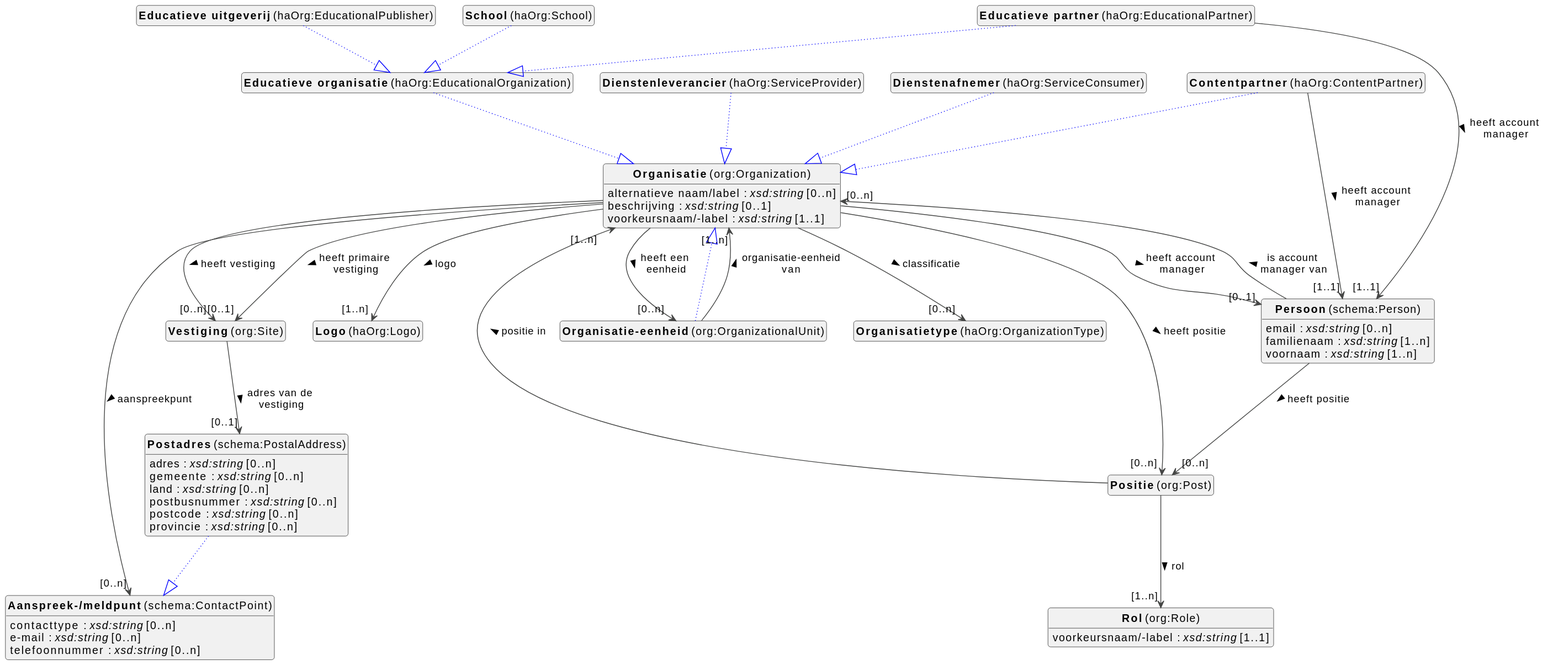
viaacode/documentation-jekyll keeps this PlantUML diagram as docs/metadata/modellen/organization-diagram.svg. Above is the earlier version.
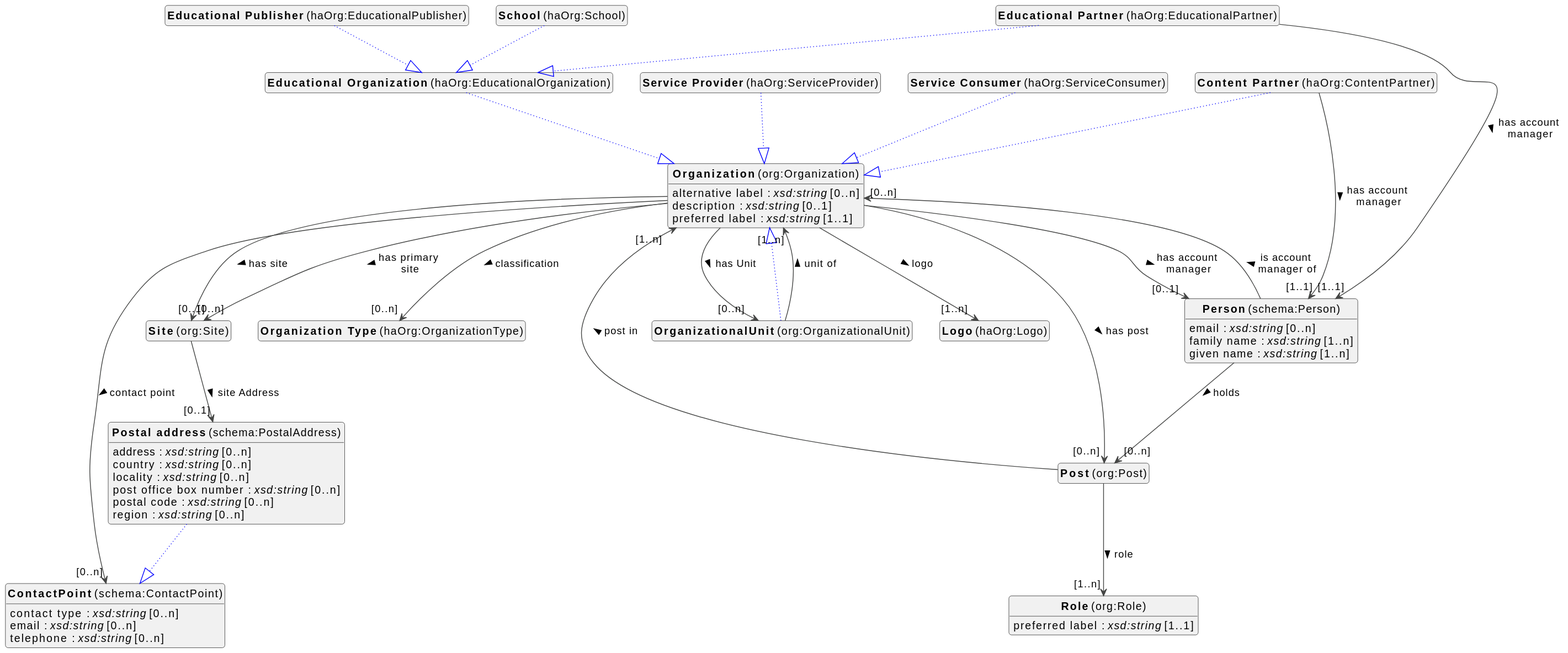
Later version of the same file.

Change to the diagram source:
```diff
@@ -8,67 +8,67 @@
 skinparam ArrowMessageAlignment left
 
 
-class "<b>Organisatie</b> (org:Organization)" as org_Organization [[#org%3AOrganization]]
-class "<b>Organisatie-eenheid</b> (org:OrganizationalUnit)" as org_OrganizationalUnit [[#org%3AOrganizationalUnit]]
-class "<b>Organisatie</b> (org:Organization)" as org_Organization [[#org%3AOrganization]]
-class "<b>Contentpartner</b> (haOrg:ContentPartner)" as haOrg_ContentPartner [[#haOrg%3AContentPartner]]
-class "<b>Organisatie</b> (org:Organization)" as org_Organization [[#org%3AOrganization]]
-class "<b>Dienstenleverancier</b> (haOrg:ServiceProvider)" as haOrg_ServiceProvider [[#haOrg%3AServiceProvider]]
-class "<b>Organisatie</b> (org:Organization)" as org_Organization [[#org%3AOrganization]]
-class "<b>Dienstenafnemer</b> (haOrg:ServiceConsumer)" as haOrg_ServiceConsumer [[#haOrg%3AServiceConsumer]]
-class "<b>Organisatie</b> (org:Organization)" as org_Organization [[#org%3AOrganization]]
-class "<b>Educatieve organisatie</b> (haOrg:EducationalOrganization)" as haOrg_EducationalOrganization [[#haOrg%3AEducationalOrganization]]
-class "<b>Organisatie</b> (org:Organization)" as org_Organization [[#org%3AOrganization]]
-class "<b>Educatieve partner</b> (haOrg:EducationalPartner)" as haOrg_EducationalPartner [[#haOrg%3AEducationalPartner]]
-class "<b>Educatieve organisatie</b> (haOrg:EducationalOrganization)" as haOrg_EducationalOrganization [[#haOrg%3AEducationalOrganization]]
-class "<b>Educatieve uitgeverij</b> (haOrg:EducationalPublisher)" as haOrg_EducationalPublisher [[#haOrg%3AEducationalPublisher]]
-class "<b>Educatieve organisatie</b> (haOrg:EducationalOrganization)" as haOrg_EducationalOrganization [[#haOrg%3AEducationalOrganization]]
+class "<b>Organization</b> (org:Organization)" as org_Organization [[#org%3AOrganization]]
+class "<b>OrganizationalUnit</b> (org:OrganizationalUnit)" as org_OrganizationalUnit [[#org%3AOrganizationalUnit]]
+class "<b>Organization</b> (org:Organization)" as org_Organization [[#org%3AOrganization]]
+class "<b>Content Partner</b> (haOrg:ContentPartner)" as haOrg_ContentPartner [[#haOrg%3AContentPartner]]
+class "<b>Organization</b> (org:Organization)" as org_Organization [[#org%3AOrganization]]
+class "<b>Service Provider</b> (haOrg:ServiceProvider)" as haOrg_ServiceProvider [[#haOrg%3AServiceProvider]]
+class "<b>Organization</b> (org:Organization)" as org_Organization [[#org%3AOrganization]]
+class "<b>Service Consumer</b> (haOrg:ServiceConsumer)" as haOrg_ServiceConsumer [[#haOrg%3AServiceConsumer]]
+class "<b>Organization</b> (org:Organization)" as org_Organization [[#org%3AOrganization]]
+class "<b>Educational Organization</b> (haOrg:EducationalOrganization)" as haOrg_EducationalOrganization [[#haOrg%3AEducationalOrganization]]
+class "<b>Organization</b> (org:Organization)" as org_Organization [[#org%3AOrganization]]
+class "<b>Educational Partner</b> (haOrg:EducationalPartner)" as haOrg_EducationalPartner [[#haOrg%3AEducationalPartner]]
+class "<b>Educational Organization</b> (haOrg:EducationalOrganization)" as haOrg_EducationalOrganization [[#haOrg%3AEducationalOrganization]]
+class "<b>Educational Publisher</b> (haOrg:EducationalPublisher)" as haOrg_EducationalPublisher [[#haOrg%3AEducationalPublisher]]
+class "<b>Educational Organization</b> (haOrg:EducationalOrganization)" as haOrg_EducationalOrganization [[#haOrg%3AEducationalOrganization]]
 class "<b>School</b> (haOrg:School)" as haOrg_School [[#haOrg%3ASchool]]
-class "<b>Educatieve organisatie</b> (haOrg:EducationalOrganization)" as haOrg_EducationalOrganization [[#haOrg%3AEducationalOrganization]]
-class "<b>Vestiging</b> (org:Site)" as org_Site [[#org%3ASite]]
-class "<b>Positie</b> (org:Post)" as org_Post [[#org%3APost]]
-class "<b>Rol</b> (org:Role)" as org_Role [[#org%3ARole]]
-class "<b>Persoon</b> (schema:Person)" as schema_Person [[#schema%3APerson]]
-class "<b>Postadres</b> (schema:PostalAddress)" as schema_PostalAddress [[#schema%3APostalAddress]]
-class "<b>Aanspreek-/meldpunt</b> (schema:ContactPoint)" as schema_ContactPoint [[#schema%3AContactPoint]]
-class "<b>Aanspreek-/meldpunt</b> (schema:ContactPoint)" as schema_ContactPoint [[#schema%3AContactPoint]]
+class "<b>Educational Organization</b> (haOrg:EducationalOrganization)" as haOrg_EducationalOrganization [[#haOrg%3AEducationalOrganization]]
+class "<b>Site</b> (org:Site)" as org_Site [[#org%3ASite]]
+class "<b>Post</b> (org:Post)" as org_Post [[#org%3APost]]
+class "<b>Role</b> (org:Role)" as org_Role [[#org%3ARole]]
+class "<b>Person</b> (schema:Person)" as schema_Person [[#schema%3APerson]]
+class "<b>Postal address</b> (schema:PostalAddress)" as schema_PostalAddress [[#schema%3APostalAddress]]
+class "<b>ContactPoint</b> (schema:ContactPoint)" as schema_ContactPoint [[#schema%3AContactPoint]]
+class "<b>ContactPoint</b> (schema:ContactPoint)" as schema_ContactPoint [[#schema%3AContactPoint]]
+class "<b>Organization Type</b> (haOrg:OrganizationType)" as haOrg_OrganizationType [[#haOrg%3AOrganizationType]]
 class "<b>Logo</b> (haOrg:Logo)" as haOrg_Logo [[#haOrg%3ALogo]]
-class "<b>Organisatietype</b> (haOrg:OrganizationType)" as haOrg_OrganizationType [[#haOrg%3AOrganizationType]]
 
 
-
-org_Organization --> "[0..n]" schema_ContactPoint : aanspreekpunt >
-org_Organization : alternatieve naam/label : <i>xsd:string</i> [0..n]
-
-org_Organization : beschrijving : <i>xsd:string</i> [0..1]
+org_Organization : alternative label : <i>xsd:string</i> [0..n]
 
 
-org_Organization --> "[0..n]" haOrg_OrganizationType : classificatie >
+org_Organization --> "[0..n]" haOrg_OrganizationType : classification >
 
-org_Organization --> "[0..1]" schema_Person : heeft account manager >
+org_Organization --> "[0..n]" schema_ContactPoint : contact point >
+org_Organization : description : <i>xsd:string</i> [0..1]
 
-org_Organization --> "[0..n]" org_OrganizationalUnit : heeft een eenheid >
 
-org_Organization --> "[0..n]" org_Post : heeft positie >
+org_Organization --> "[0..n]" org_OrganizationalUnit : has Unit >
 
-org_Organization --> "[0..1]" org_Site : heeft primaire vestiging >
+org_Organization --> "[0..1]" schema_Person : has account manager >
 
-org_Organization --> "[0..n]" org_Site : heeft vestiging >
+org_Organization --> "[0..n]" org_Post : has post >
+
+org_Organization --> "[0..1]" org_Site : has primary site >
+
+org_Organization --> "[0..n]" org_Site : has site >
 
 
 org_Organization --> "[1..n]" haOrg_Logo : logo >
-org_Organization : voorkeursnaam/-label : <i>xsd:string</i> [1..1]
+org_Organization : preferred label : <i>xsd:string</i> [1..1]
 
 
 org_OrganizationalUnit --|> org_Organization #blue;line.dotted;text:blue
 
 
-org_OrganizationalUnit --> "[1..n]" org_Organization : organisatie-eenheid van >
+org_OrganizationalUnit --> "[1..n]" org_Organization : unit of >
 
 haOrg_ContentPartner --|> org_Organization #blue;line.dotted;text:blue
 
 
-haOrg_ContentPartner --> "[1..1]" schema_Person : heeft account manager >
+haOrg_ContentPartner --> "[1..1]" schema_Person : has account manager >
 
 haOrg_ServiceProvider --|> org_Organization #blue;line.dotted;text:blue
 
@@ -82,7 +82,7 @@
 haOrg_EducationalPartner --|> haOrg_EducationalOrganization #blue;line.dotted;text:blue
 
 
-haOrg_EducationalPartner --> "[1..1]" schema_Person : heeft account manager >
+haOrg_EducationalPartner --> "[1..1]" schema_Person : has account manager >
 
 haOrg_EducationalPublisher --|> haOrg_EducationalOrganization #blue;line.dotted;text:blue
 
@@ -92,51 +92,51 @@
 
 
 
-org_Site --> "[0..1]" schema_PostalAddress : adres van de vestiging >
+org_Site --> "[0..1]" schema_PostalAddress : site Address >
 
 
 
-org_Post --> "[1..n]" org_Organization : positie in >
+org_Post --> "[1..n]" org_Organization : post in >
 
-org_Post --> "[1..n]" org_Role : rol >
+org_Post --> "[1..n]" org_Role : role >
 
 
-org_Role : voorkeursnaam/-label : <i>xsd:string</i> [1..1]
+org_Role : preferred label : <i>xsd:string</i> [1..1]
 
 
 
 schema_Person : email : <i>xsd:string</i> [0..n]
 
-schema_Person : familienaam : <i>xsd:string</i> [1..n]
+schema_Person : family name : <i>xsd:string</i> [1..n]
+
+schema_Person : given name : <i>xsd:string</i> [1..n]
 
 
-schema_Person --> "[0..n]" org_Post : heeft positie >
+schema_Person --> "[0..n]" org_Post : holds >
 
-schema_Person --> "[0..n]" org_Organization : is account manager van >
-schema_Person : voornaam : <i>xsd:string</i> [1..n]
-
+schema_Person --> "[0..n]" org_Organization : is account manager of >
 
 schema_PostalAddress --|> schema_ContactPoint #blue;line.dotted;text:blue
 
-schema_PostalAddress : adres : <i>xsd:string</i> [0..n]
+schema_PostalAddress : address : <i>xsd:string</i> [0..n]
 
-schema_PostalAddress : gemeente : <i>xsd:string</i> [0..n]
+schema_PostalAddress : country : <i>xsd:string</i> [0..n]
 
-schema_PostalAddress : land : <i>xsd:string</i> [0..n]
+schema_PostalAddress : locality : <i>xsd:string</i> [0..n]
 
-schema_PostalAddress : postbusnummer : <i>xsd:string</i> [0..n]
+schema_PostalAddress : post office box number : <i>xsd:string</i> [0..n]
 
-schema_PostalAddress : postcode : <i>xsd:string</i> [0..n]
+schema_PostalAddress : postal code : <i>xsd:string</i> [0..n]
 
-schema_PostalAddress : provincie : <i>xsd:string</i> [0..n]
+schema_PostalAddress : region : <i>xsd:string</i> [0..n]
 
 
 
-schema_ContactPoint : contacttype : <i>xsd:string</i> [0..n]
+schema_ContactPoint : contact type : <i>xsd:string</i> [0..n]
 
-schema_ContactPoint : e-mail : <i>xsd:string</i> [0..n]
+schema_ContactPoint : email : <i>xsd:string</i> [0..n]
 
-schema_ContactPoint : telefoonnummer : <i>xsd:string</i> [0..n]
+schema_ContactPoint : telephone : <i>xsd:string</i> [0..n]
 
 
 
```
